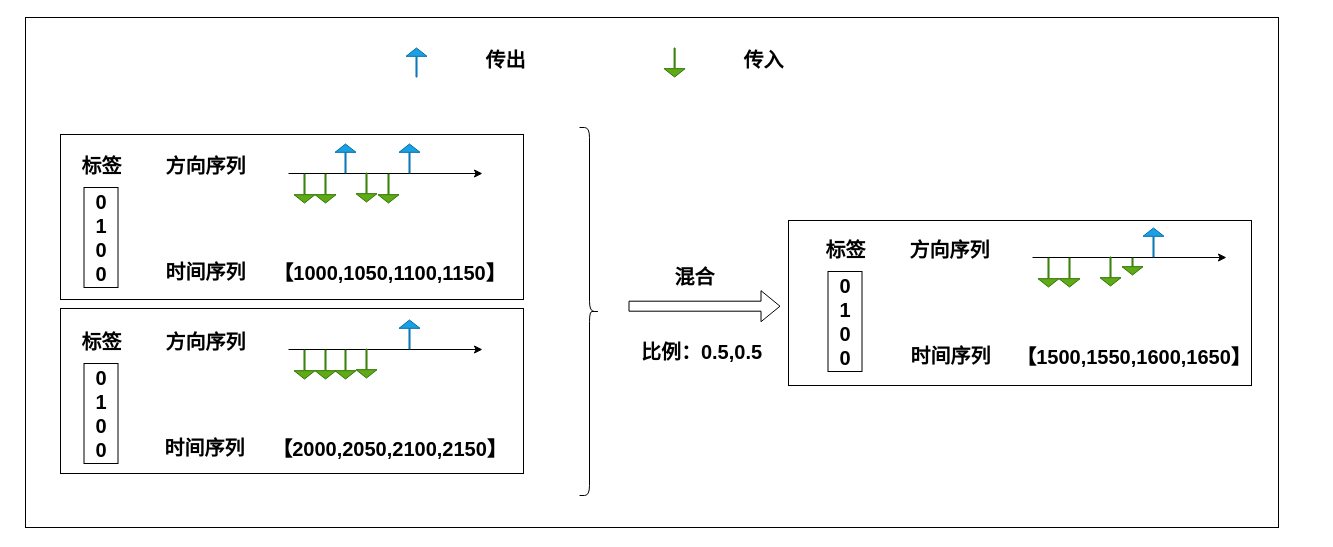
Earlier version of the draw.io diagram 时空数据增强.drawio (lilang0710/ll). Source tidied: cells renumbered, new cells numbered last; positions are measured from the earlier drawing's top-left corner, leaving out a move shared by most shapes. Both pictures are drawn from the tidied source at 100%, with x=0, y=0 at pixel (25, 17).
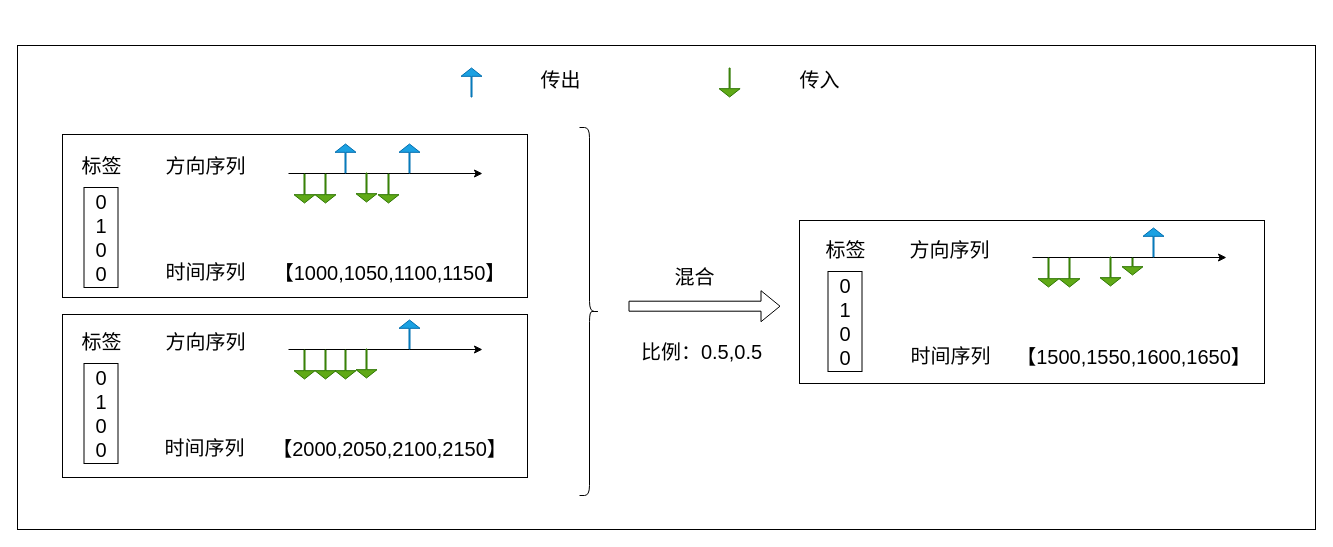
Above is the later version.

Commit message (it also covers changes not shown here):
更新时空数据增强.drawio

What changed in the source:
```diff
@@
-    <mxCell id="3" value="&lt;font size=&quot;1&quot;&gt;&lt;b&gt;&lt;font style=&quot;font-size: 20px;&quot;&gt;混合&lt;/font&gt;&lt;/b&gt;&lt;/font&gt;" style="text;html=1;align=center;verticalAlign=middle;strokeColor=none;fillColor=none;" parent="1" vertex="1">
+    <mxCell id="3" value="&lt;font size=&quot;1&quot;&gt;&lt;font style=&quot;font-size: 20px;&quot;&gt;混合&lt;/font&gt;&lt;/font&gt;" style="text;html=1;align=center;verticalAlign=middle;strokeColor=none;fillColor=none;" parent="1" vertex="1">
       <mxGeometry x="640" y="241" width="58" height="36" as="geometry" />
     </mxCell>
@@
-    <mxCell id="11" value="&lt;font size=&quot;1&quot;&gt;&lt;b&gt;&lt;font style=&quot;font-size: 20px;&quot;&gt;方向序列&lt;/font&gt;&lt;/b&gt;&lt;/font&gt;" style="text;html=1;align=center;verticalAlign=middle;strokeColor=none;fillColor=none;" parent="1" vertex="1">
+    <mxCell id="11" value="&lt;font size=&quot;1&quot;&gt;&lt;font style=&quot;font-size: 20px;&quot;&gt;方向序列&lt;/font&gt;&lt;/font&gt;" style="text;html=1;align=center;verticalAlign=middle;strokeColor=none;fillColor=none;" parent="1" vertex="1">
       <mxGeometry x="131" y="130" width="98" height="36" as="geometry" />
     </mxCell>
-    <mxCell id="12" value="&lt;font size=&quot;1&quot;&gt;&lt;b&gt;&lt;font style=&quot;font-size: 20px;&quot;&gt;标签&lt;/font&gt;&lt;/b&gt;&lt;/font&gt;" style="text;html=1;align=center;verticalAlign=middle;strokeColor=none;fillColor=none;" parent="1" vertex="1">
+    <mxCell id="12" value="&lt;font size=&quot;1&quot;&gt;&lt;font style=&quot;font-size: 20px;&quot;&gt;标签&lt;/font&gt;&lt;/font&gt;" style="text;html=1;align=center;verticalAlign=middle;strokeColor=none;fillColor=none;" parent="1" vertex="1">
       <mxGeometry x="47" y="130" width="58" height="36" as="geometry" />
     </mxCell>
-    <mxCell id="13" value="&lt;div style=&quot;font-size: 20px;&quot;&gt;&lt;font style=&quot;font-size: 20px;&quot;&gt;&lt;b&gt;&lt;font style=&quot;font-size: 20px;&quot;&gt;0&lt;/font&gt;&lt;/b&gt;&lt;/font&gt;&lt;/div&gt;&lt;div style=&quot;font-size: 20px;&quot;&gt;&lt;font style=&quot;font-size: 20px;&quot;&gt;&lt;b&gt;&lt;font style=&quot;font-size: 20px;&quot;&gt;1&lt;/font&gt;&lt;/b&gt;&lt;/font&gt;&lt;/div&gt;&lt;div style=&quot;font-size: 20px;&quot;&gt;&lt;font style=&quot;font-size: 20px;&quot;&gt;&lt;b&gt;&lt;font style=&quot;font-size: 20px;&quot;&gt;0&lt;br&gt;&lt;/font&gt;&lt;/b&gt;&lt;/font&gt;&lt;/div&gt;&lt;div style=&quot;font-size: 20px;&quot;&gt;&lt;font style=&quot;font-size: 20px;&quot;&gt;&lt;b&gt;&lt;font style=&quot;font-size: 20px;&quot;&gt;&lt;font style=&quot;font-size: 20px;&quot;&gt;0&lt;/font&gt;&lt;br&gt;&lt;/font&gt;&lt;/b&gt;&lt;/font&gt;&lt;/div&gt;" style="rounded=0;whiteSpace=wrap;html=1;" parent="1" vertex="1">
+    <mxCell id="13" value="&lt;div style=&quot;font-size: 20px;&quot;&gt;&lt;font style=&quot;font-size: 20px;&quot;&gt;&lt;font style=&quot;font-size: 20px;&quot;&gt;0&lt;/font&gt;&lt;/font&gt;&lt;/div&gt;&lt;div style=&quot;font-size: 20px;&quot;&gt;&lt;font style=&quot;font-size: 20px;&quot;&gt;&lt;font style=&quot;font-size: 20px;&quot;&gt;1&lt;/font&gt;&lt;/font&gt;&lt;/div&gt;&lt;div style=&quot;font-size: 20px;&quot;&gt;&lt;font style=&quot;font-size: 20px;&quot;&gt;&lt;font style=&quot;font-size: 20px;&quot;&gt;0&lt;br&gt;&lt;/font&gt;&lt;/font&gt;&lt;/div&gt;&lt;div style=&quot;font-size: 20px;&quot;&gt;&lt;font style=&quot;font-size: 20px;&quot;&gt;&lt;font style=&quot;font-size: 20px;&quot;&gt;&lt;font style=&quot;font-size: 20px;&quot;&gt;0&lt;/font&gt;&lt;br&gt;&lt;/font&gt;&lt;/font&gt;&lt;/div&gt;" style="rounded=0;whiteSpace=wrap;html=1;" parent="1" vertex="1">
       <mxGeometry x="58.5" y="170" width="34" height="100" as="geometry" />
     </mxCell>
-    <mxCell id="14" style="rounded=0;whiteSpace=wrap;html=1;fillColor=none;" parent="1" vertex="1">
-      <mxGeometry width="1253" height="510" as="geometry" />
-    </mxCell>
     <mxCell id="15" style="shape=flexArrow;endArrow=classic;html=1;rounded=0;endWidth=19;endSize=2.44;width=1;fillColor=#1ba1e2;strokeColor=#006EAF;" parent="1" edge="1">
       <mxGeometry relative="1" as="geometry">
-        <mxPoint x="391" y="60" as="sourcePoint" />
-        <mxPoint x="391" y="30" as="targetPoint" />
+        <mxPoint x="446" y="80" as="sourcePoint" />
+        <mxPoint x="446" y="50" as="targetPoint" />
       </mxGeometry>
     </mxCell>
     <mxCell id="16" style="shape=flexArrow;endArrow=classic;html=1;rounded=0;fillColor=#60a917;strokeColor=#2D7600;endWidth=19;endSize=2.44;width=1;" parent="1" edge="1">
       <mxGeometry relative="1" as="geometry">
-        <mxPoint x="649.1" y="30" as="sourcePoint" />
-        <mxPoint x="649.1" y="60" as="targetPoint" />
+        <mxPoint x="704.1" y="50" as="sourcePoint" />
+        <mxPoint x="704.1" y="80" as="targetPoint" />
       </mxGeometry>
     </mxCell>
-    <mxCell id="17" value="&lt;font size=&quot;1&quot;&gt;&lt;b&gt;&lt;font style=&quot;font-size: 20px;&quot;&gt;传出&lt;br&gt;&lt;/font&gt;&lt;/b&gt;&lt;/font&gt;" style="text;html=1;align=center;verticalAlign=middle;strokeColor=none;fillColor=none;" parent="1" vertex="1">
-      <mxGeometry x="415" y="24" width="129" height="36" as="geometry" />
+    <mxCell id="17" value="&lt;font size=&quot;1&quot;&gt;&lt;font style=&quot;font-size: 20px;&quot;&gt;传出&lt;br&gt;&lt;/font&gt;&lt;/font&gt;" style="text;html=1;align=center;verticalAlign=middle;strokeColor=none;fillColor=none;" parent="1" vertex="1">
+      <mxGeometry x="506" y="44" width="58" height="36" as="geometry" />
     </mxCell>
-    <mxCell id="18" value="&lt;font size=&quot;1&quot;&gt;&lt;b&gt;&lt;font style=&quot;font-size: 20px;&quot;&gt;传入&lt;br&gt;&lt;/font&gt;&lt;/b&gt;&lt;/font&gt;" style="text;html=1;align=center;verticalAlign=middle;strokeColor=none;fillColor=none;" parent="1" vertex="1">
-      <mxGeometry x="673.5" y="24" width="129" height="36" as="geometry" />
+    <mxCell id="18" value="&lt;font size=&quot;1&quot;&gt;&lt;font style=&quot;font-size: 20px;&quot;&gt;传入&lt;br&gt;&lt;/font&gt;&lt;/font&gt;" style="text;html=1;align=center;verticalAlign=middle;strokeColor=none;fillColor=none;" parent="1" vertex="1">
+      <mxGeometry x="764.5" y="44" width="58" height="36" as="geometry" />
     </mxCell>
-    <mxCell id="19" style="rounded=0;whiteSpace=wrap;html=1;fillColor=none;" parent="1" vertex="1">
-      <mxGeometry x="35" y="117" width="463" height="165" as="geometry" />
-    </mxCell>
-    <mxCell id="20" value="&lt;font size=&quot;1&quot;&gt;&lt;b&gt;&lt;font style=&quot;font-size: 20px;&quot;&gt;时间序列&lt;/font&gt;&lt;/b&gt;&lt;/font&gt;" style="text;html=1;align=center;verticalAlign=middle;strokeColor=none;fillColor=none;" parent="1" vertex="1">
+    <mxCell id="20" value="&lt;font size=&quot;1&quot;&gt;&lt;font style=&quot;font-size: 20px;&quot;&gt;时间序列&lt;/font&gt;&lt;/font&gt;" style="text;html=1;align=center;verticalAlign=middle;strokeColor=none;fillColor=none;" parent="1" vertex="1">
       <mxGeometry x="131" y="236" width="98" height="36" as="geometry" />
     </mxCell>
-    <mxCell id="21" value="&lt;font size=&quot;1&quot;&gt;&lt;b&gt;&lt;font style=&quot;font-size: 20px;&quot;&gt;【1000,1050,1100,1150】&lt;/font&gt;&lt;/b&gt;&lt;/font&gt;" style="text;html=1;align=center;verticalAlign=middle;strokeColor=none;fillColor=none;" parent="1" vertex="1">
+    <mxCell id="21" value="&lt;font size=&quot;1&quot;&gt;&lt;font style=&quot;font-size: 20px;&quot;&gt;【1000,1050,1100,1150】&lt;/font&gt;&lt;/font&gt;" style="text;html=1;align=center;verticalAlign=middle;strokeColor=none;fillColor=none;" parent="1" vertex="1">
       <mxGeometry x="237" y="237" width="253" height="36" as="geometry" />
     </mxCell>
@@
-    <mxCell id="27" value="&lt;font size=&quot;1&quot;&gt;&lt;b&gt;&lt;font style=&quot;font-size: 20px;&quot;&gt;方向序列&lt;/font&gt;&lt;/b&gt;&lt;/font&gt;" style="text;html=1;align=center;verticalAlign=middle;strokeColor=none;fillColor=none;" parent="1" vertex="1">
+    <mxCell id="27" value="&lt;font size=&quot;1&quot;&gt;&lt;font style=&quot;font-size: 20px;&quot;&gt;方向序列&lt;/font&gt;&lt;/font&gt;" style="text;html=1;align=center;verticalAlign=middle;strokeColor=none;fillColor=none;" parent="1" vertex="1">
       <mxGeometry x="131" y="306" width="98" height="36" as="geometry" />
     </mxCell>
-    <mxCell id="28" value="&lt;font size=&quot;1&quot;&gt;&lt;b&gt;&lt;font style=&quot;font-size: 20px;&quot;&gt;标签&lt;/font&gt;&lt;/b&gt;&lt;/font&gt;" style="text;html=1;align=center;verticalAlign=middle;strokeColor=none;fillColor=none;" parent="1" vertex="1">
+    <mxCell id="28" value="&lt;font size=&quot;1&quot;&gt;&lt;font style=&quot;font-size: 20px;&quot;&gt;标签&lt;/font&gt;&lt;/font&gt;" style="text;html=1;align=center;verticalAlign=middle;strokeColor=none;fillColor=none;" parent="1" vertex="1">
       <mxGeometry x="47" y="306" width="58" height="36" as="geometry" />
     </mxCell>
-    <mxCell id="29" value="&lt;div style=&quot;font-size: 20px;&quot;&gt;&lt;b&gt;&lt;font style=&quot;font-size: 20px;&quot;&gt;&lt;font style=&quot;font-size: 20px;&quot;&gt;0&lt;/font&gt;&lt;/font&gt;&lt;/b&gt;&lt;/div&gt;&lt;div style=&quot;font-size: 20px;&quot;&gt;&lt;b&gt;&lt;font style=&quot;font-size: 20px;&quot;&gt;&lt;font style=&quot;font-size: 20px;&quot;&gt;1&lt;/font&gt;&lt;/font&gt;&lt;/b&gt;&lt;/div&gt;&lt;div style=&quot;font-size: 20px;&quot;&gt;&lt;b&gt;&lt;font style=&quot;font-size: 20px;&quot;&gt;&lt;font style=&quot;font-size: 20px;&quot;&gt;0&lt;br&gt;&lt;/font&gt;&lt;/font&gt;&lt;/b&gt;&lt;/div&gt;&lt;div style=&quot;font-size: 20px;&quot;&gt;&lt;b&gt;&lt;font style=&quot;font-size: 20px;&quot;&gt;&lt;font style=&quot;font-size: 20px;&quot;&gt;&lt;font style=&quot;font-size: 20px;&quot;&gt;0&lt;/font&gt;&lt;br&gt;&lt;/font&gt;&lt;/font&gt;&lt;/b&gt;&lt;/div&gt;" style="rounded=0;whiteSpace=wrap;html=1;" parent="1" vertex="1">
+    <mxCell id="29" value="&lt;div style=&quot;font-size: 20px;&quot;&gt;&lt;font style=&quot;font-size: 20px;&quot;&gt;&lt;font style=&quot;font-size: 20px;&quot;&gt;0&lt;/font&gt;&lt;/font&gt;&lt;/div&gt;&lt;div style=&quot;font-size: 20px;&quot;&gt;&lt;font style=&quot;font-size: 20px;&quot;&gt;&lt;font style=&quot;font-size: 20px;&quot;&gt;1&lt;/font&gt;&lt;/font&gt;&lt;/div&gt;&lt;div style=&quot;font-size: 20px;&quot;&gt;&lt;font style=&quot;font-size: 20px;&quot;&gt;&lt;font style=&quot;font-size: 20px;&quot;&gt;0&lt;br&gt;&lt;/font&gt;&lt;/font&gt;&lt;/div&gt;&lt;div style=&quot;font-size: 20px;&quot;&gt;&lt;font style=&quot;font-size: 20px;&quot;&gt;&lt;font style=&quot;font-size: 20px;&quot;&gt;&lt;font style=&quot;font-size: 20px;&quot;&gt;0&lt;/font&gt;&lt;br&gt;&lt;/font&gt;&lt;/font&gt;&lt;/div&gt;" style="rounded=0;whiteSpace=wrap;html=1;" parent="1" vertex="1">
       <mxGeometry x="58.5" y="346" width="34" height="100" as="geometry" />
     </mxCell>
-    <mxCell id="30" value="&lt;font size=&quot;1&quot;&gt;&lt;b&gt;&lt;font style=&quot;font-size: 20px;&quot;&gt;时间序列&lt;/font&gt;&lt;/b&gt;&lt;/font&gt;" style="text;html=1;align=center;verticalAlign=middle;strokeColor=none;fillColor=none;" parent="1" vertex="1">
+    <mxCell id="30" value="&lt;font size=&quot;1&quot;&gt;&lt;font style=&quot;font-size: 20px;&quot;&gt;时间序列&lt;/font&gt;&lt;/font&gt;" style="text;html=1;align=center;verticalAlign=middle;strokeColor=none;fillColor=none;" parent="1" vertex="1">
       <mxGeometry x="130" y="412" width="98" height="36" as="geometry" />
     </mxCell>
-    <mxCell id="31" value="&lt;font size=&quot;1&quot;&gt;&lt;b&gt;&lt;font style=&quot;font-size: 20px;&quot;&gt;【2000,2050,2100,2150】&lt;/font&gt;&lt;/b&gt;&lt;/font&gt;" style="text;html=1;align=center;verticalAlign=middle;strokeColor=none;fillColor=none;" parent="1" vertex="1">
+    <mxCell id="31" value="&lt;font size=&quot;1&quot;&gt;&lt;font style=&quot;font-size: 20px;&quot;&gt;【2000,2050,2100,2150】&lt;/font&gt;&lt;/font&gt;" style="text;html=1;align=center;verticalAlign=middle;strokeColor=none;fillColor=none;" parent="1" vertex="1">
       <mxGeometry x="237" y="413" width="253" height="36" as="geometry" />
     </mxCell>
@@
-    <mxCell id="38" value="&lt;font size=&quot;1&quot;&gt;&lt;b&gt;&lt;font style=&quot;font-size: 20px;&quot;&gt;方向序列&lt;/font&gt;&lt;/b&gt;&lt;/font&gt;" style="text;html=1;align=center;verticalAlign=middle;strokeColor=none;fillColor=none;" parent="1" vertex="1">
+    <mxCell id="38" value="&lt;font size=&quot;1&quot;&gt;&lt;font style=&quot;font-size: 20px;&quot;&gt;方向序列&lt;/font&gt;&lt;/font&gt;" style="text;html=1;align=center;verticalAlign=middle;strokeColor=none;fillColor=none;" parent="1" vertex="1">
       <mxGeometry x="875" y="214" width="98" height="36" as="geometry" />
     </mxCell>
-    <mxCell id="39" value="&lt;font size=&quot;1&quot;&gt;&lt;b&gt;&lt;font style=&quot;font-size: 20px;&quot;&gt;标签&lt;/font&gt;&lt;/b&gt;&lt;/font&gt;" style="text;html=1;align=center;verticalAlign=middle;strokeColor=none;fillColor=none;" parent="1" vertex="1">
+    <mxCell id="39" value="&lt;font size=&quot;1&quot;&gt;&lt;font style=&quot;font-size: 20px;&quot;&gt;标签&lt;/font&gt;&lt;/font&gt;" style="text;html=1;align=center;verticalAlign=middle;strokeColor=none;fillColor=none;" parent="1" vertex="1">
       <mxGeometry x="791" y="214" width="58" height="36" as="geometry" />
     </mxCell>
-    <mxCell id="40" value="&lt;div style=&quot;font-size: 20px;&quot;&gt;&lt;font style=&quot;font-size: 20px;&quot;&gt;&lt;b&gt;&lt;font style=&quot;font-size: 20px;&quot;&gt;0&lt;/font&gt;&lt;/b&gt;&lt;/font&gt;&lt;/div&gt;&lt;div style=&quot;font-size: 20px;&quot;&gt;&lt;font style=&quot;font-size: 20px;&quot;&gt;&lt;b&gt;&lt;font style=&quot;font-size: 20px;&quot;&gt;1&lt;/font&gt;&lt;/b&gt;&lt;/font&gt;&lt;/div&gt;&lt;div style=&quot;font-size: 20px;&quot;&gt;&lt;font style=&quot;font-size: 20px;&quot;&gt;&lt;b&gt;&lt;font style=&quot;font-size: 20px;&quot;&gt;0&lt;br&gt;&lt;/font&gt;&lt;/b&gt;&lt;/font&gt;&lt;/div&gt;&lt;div style=&quot;font-size: 20px;&quot;&gt;&lt;font style=&quot;font-size: 20px;&quot;&gt;&lt;b&gt;&lt;font style=&quot;font-size: 20px;&quot;&gt;&lt;font style=&quot;font-size: 20px;&quot;&gt;0&lt;/font&gt;&lt;br&gt;&lt;/font&gt;&lt;/b&gt;&lt;/font&gt;&lt;/div&gt;" style="rounded=0;whiteSpace=wrap;html=1;" parent="1" vertex="1">
+    <mxCell id="40" value="&lt;div style=&quot;font-size: 20px;&quot;&gt;&lt;font style=&quot;font-size: 20px;&quot;&gt;&lt;font style=&quot;font-size: 20px;&quot;&gt;0&lt;/font&gt;&lt;/font&gt;&lt;/div&gt;&lt;div style=&quot;font-size: 20px;&quot;&gt;&lt;font style=&quot;font-size: 20px;&quot;&gt;&lt;font style=&quot;font-size: 20px;&quot;&gt;1&lt;/font&gt;&lt;/font&gt;&lt;/div&gt;&lt;div style=&quot;font-size: 20px;&quot;&gt;&lt;font style=&quot;font-size: 20px;&quot;&gt;&lt;font style=&quot;font-size: 20px;&quot;&gt;0&lt;br&gt;&lt;/font&gt;&lt;/font&gt;&lt;/div&gt;&lt;div style=&quot;font-size: 20px;&quot;&gt;&lt;font style=&quot;font-size: 20px;&quot;&gt;&lt;font style=&quot;font-size: 20px;&quot;&gt;&lt;font style=&quot;font-size: 20px;&quot;&gt;0&lt;/font&gt;&lt;br&gt;&lt;/font&gt;&lt;/font&gt;&lt;/div&gt;" style="rounded=0;whiteSpace=wrap;html=1;" parent="1" vertex="1">
       <mxGeometry x="802.5" y="254" width="34" height="100" as="geometry" />
     </mxCell>
-    <mxCell id="41" value="&lt;font size=&quot;1&quot;&gt;&lt;b&gt;&lt;font style=&quot;font-size: 20px;&quot;&gt;时间序列&lt;/font&gt;&lt;/b&gt;&lt;/font&gt;" style="text;html=1;align=center;verticalAlign=middle;strokeColor=none;fillColor=none;" parent="1" vertex="1">
+    <mxCell id="41" value="&lt;font size=&quot;1&quot;&gt;&lt;font style=&quot;font-size: 20px;&quot;&gt;时间序列&lt;/font&gt;&lt;/font&gt;" style="text;html=1;align=center;verticalAlign=middle;strokeColor=none;fillColor=none;" parent="1" vertex="1">
       <mxGeometry x="876" y="320" width="98" height="36" as="geometry" />
     </mxCell>
-    <mxCell id="42" value="&lt;font size=&quot;1&quot;&gt;&lt;b&gt;&lt;font style=&quot;font-size: 20px;&quot;&gt;【1500,1550,1600,1650】&lt;/font&gt;&lt;/b&gt;&lt;/font&gt;" style="text;html=1;align=center;verticalAlign=middle;strokeColor=none;fillColor=none;" parent="1" vertex="1">
+    <mxCell id="42" value="&lt;font size=&quot;1&quot;&gt;&lt;font style=&quot;font-size: 20px;&quot;&gt;【1500,1550,1600,1650】&lt;/font&gt;&lt;/font&gt;" style="text;html=1;align=center;verticalAlign=middle;strokeColor=none;fillColor=none;" parent="1" vertex="1">
       <mxGeometry x="981" y="321" width="253" height="36" as="geometry" />
     </mxCell>
@@
-    <mxCell id="45" value="&lt;font size=&quot;1&quot;&gt;&lt;b&gt;&lt;font style=&quot;font-size: 20px;&quot;&gt;比例：0.5,0.5&lt;/font&gt;&lt;/b&gt;&lt;/font&gt;" style="text;html=1;align=center;verticalAlign=middle;strokeColor=none;fillColor=none;" parent="1" vertex="1">
+    <mxCell id="45" value="&lt;font size=&quot;1&quot;&gt;&lt;font style=&quot;font-size: 20px;&quot;&gt;比例：0.5,0.5&lt;/font&gt;&lt;/font&gt;" style="text;html=1;align=center;verticalAlign=middle;strokeColor=none;fillColor=none;" parent="1" vertex="1">
       <mxGeometry x="606" y="316" width="139" height="36" as="geometry" />
     </mxCell>
-    <mxCell id="46" style="rounded=0;whiteSpace=wrap;html=1;fillColor=none;" parent="1" vertex="1">
-      <mxGeometry x="35" y="291" width="463" height="165" as="geometry" />
-    </mxCell>
-    <mxCell id="47" style="rounded=0;whiteSpace=wrap;html=1;fillColor=none;" parent="1" vertex="1">
-      <mxGeometry x="763" y="203" width="463" height="165" as="geometry" />
-    </mxCell>
+    <mxCell id="48" style="rounded=0;whiteSpace=wrap;html=1;fillColor=none;" parent="1" vertex="1">
+      <mxGeometry x="37" y="117" width="465" height="163" as="geometry" />
+    </mxCell>
+    <mxCell id="49" style="rounded=0;whiteSpace=wrap;html=1;fillColor=none;" parent="1" vertex="1">
+      <mxGeometry x="37" y="297" width="465" height="163" as="geometry" />
+    </mxCell>
+    <mxCell id="50" style="rounded=0;whiteSpace=wrap;html=1;fillColor=none;" parent="1" vertex="1">
+      <mxGeometry x="774" y="203" width="465" height="163" as="geometry" />
+    </mxCell>
+    <mxCell id="51" style="rounded=0;whiteSpace=wrap;html=1;fillColor=none;" parent="1" vertex="1">
+      <mxGeometry x="-8" y="28" width="1298" height="484" as="geometry" />
+    </mxCell>
```
